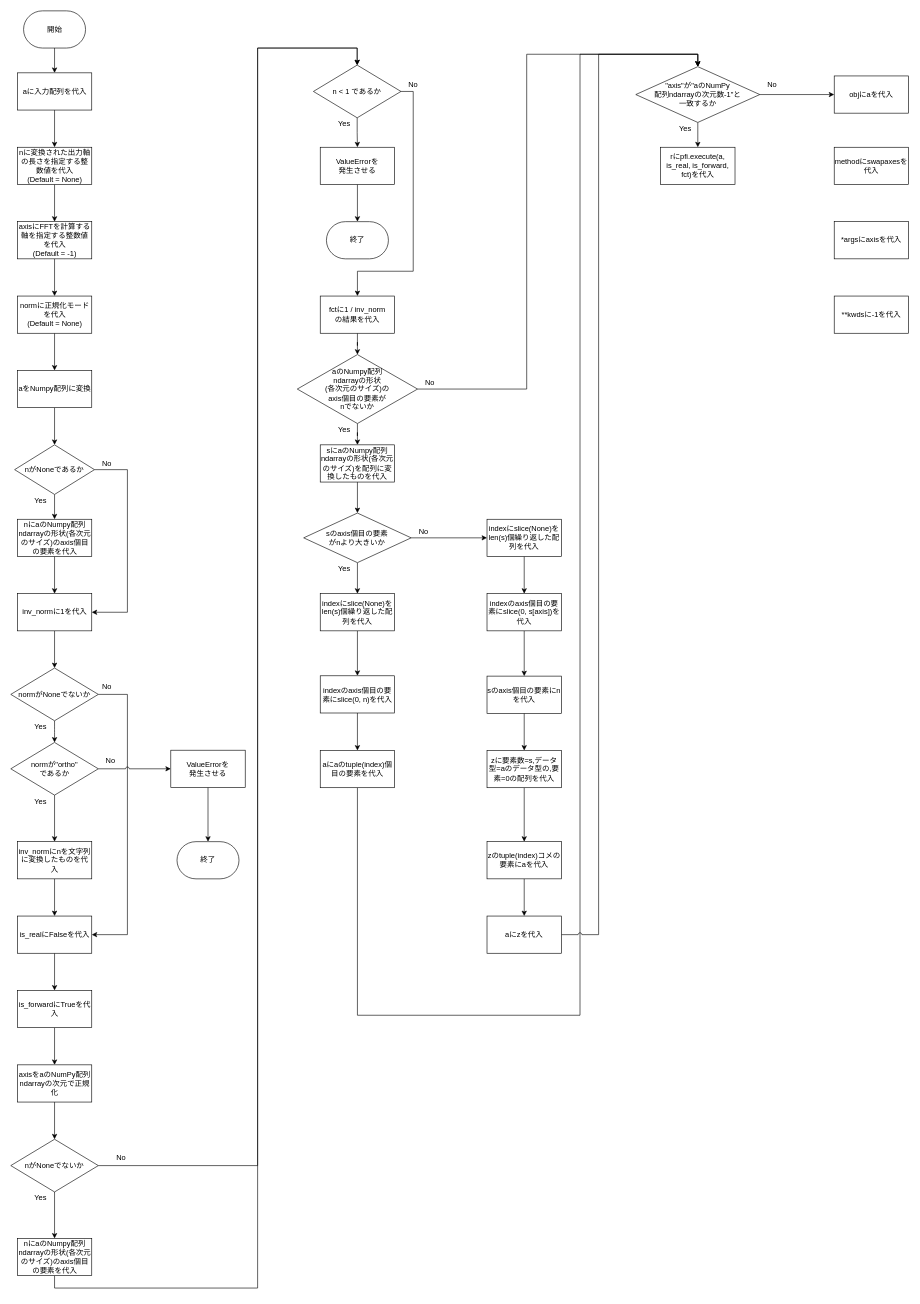
This is numpy_fft.drawio from mochihisa/themed_research, a draw.io file, before an edit. Source tidied: cells renumbered, new cells numbered last; positions are measured from the earlier drawing's top-left corner, leaving out a move shared by most shapes. Both pictures are drawn from the tidied source at 62%, with x=0, y=0 at pixel (11, 11).
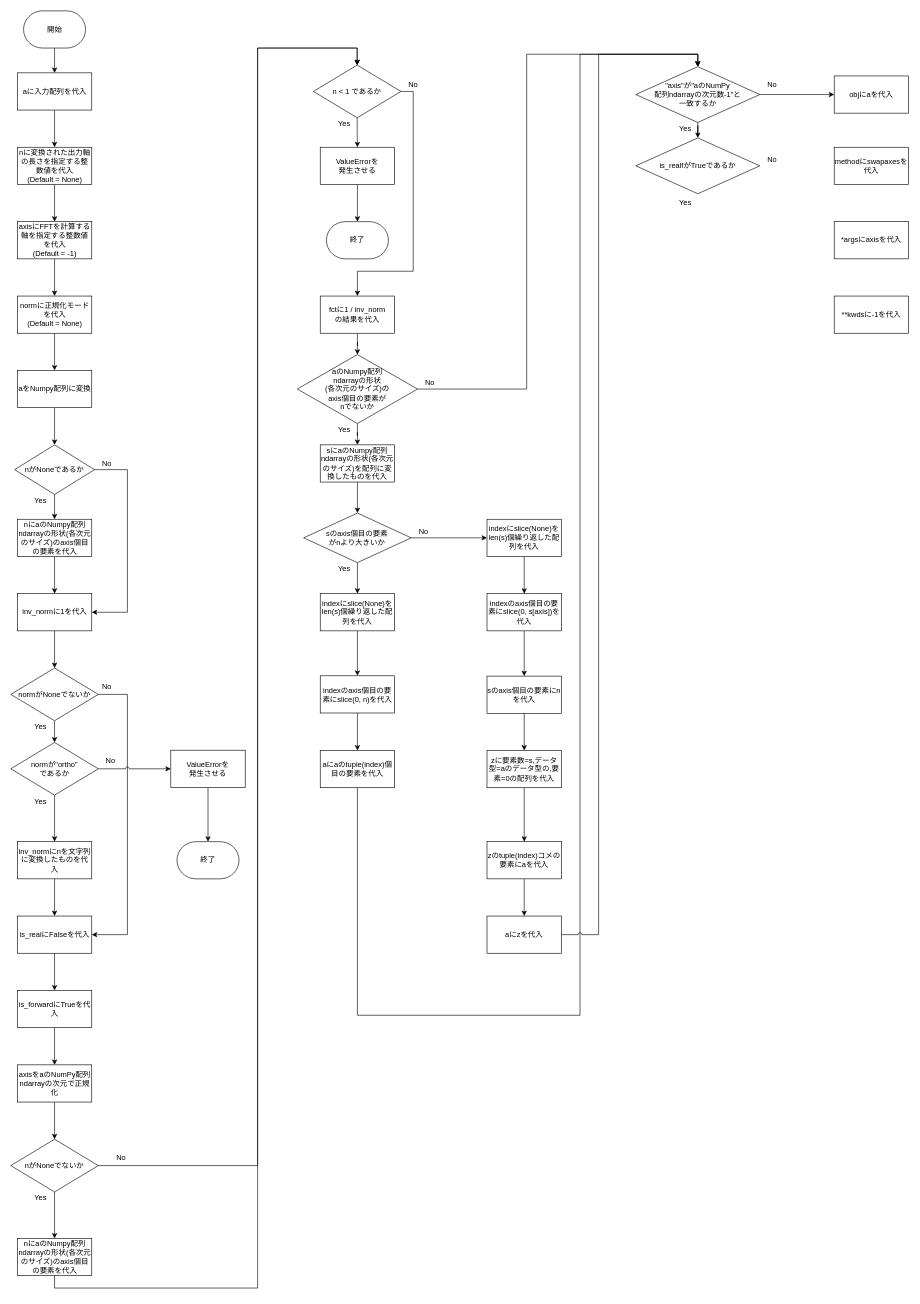
Above is the later version.

Commit message (it also covers changes not shown here):
numpy_fft.drawio を更新します

The change refers to these unchanged cells:
```xml
<mxCell id="93" value="&quot;axis&quot;が&quot;aのNumPy&lt;br&gt;配列ndarrayの次元数-1&quot;と&lt;br&gt;一致するか" style="strokeWidth=1;html=1;shape=mxgraph.flowchart.decision;whiteSpace=wrap;align=center;fontSize=12;" parent="1" vertex="1">
  <mxGeometry x="1008" y="90" width="200" height="90" as="geometry" />
</mxCell>
```

The edit, as a diff of the source:
```diff
@@
-    <mxCell id="91" style="edgeStyle=orthogonalEdgeStyle;rounded=0;jumpStyle=arc;jettySize=auto;html=1;entryX=0.5;entryY=0;entryDx=0;entryDy=0;" parent="1" edge="1" source="93" target="96">
-      <mxGeometry relative="1" as="geometry" />
-    </mxCell>
@@
+    <mxCell id="101" style="edgeStyle=orthogonalEdgeStyle;rounded=0;jumpStyle=arc;jettySize=auto;html=1;" parent="1" edge="1" source="93" target="102">
+      <mxGeometry relative="1" as="geometry" />
+    </mxCell>
@@
-    <mxCell id="96" value="rにpfi.execute(a, is_real, is_forward, fct)を代入" style="rounded=0;whiteSpace=wrap;html=1;" parent="1" vertex="1">
-      <mxGeometry x="1048" y="220" width="120" height="60" as="geometry" />
-    </mxCell>
@@
+    <mxCell id="102" value="is_realfがTrueであるか" style="strokeWidth=1;html=1;shape=mxgraph.flowchart.decision;whiteSpace=wrap;align=center;fontSize=12;" parent="1" vertex="1">
+      <mxGeometry x="1008" y="205" width="200" height="90" as="geometry" />
+    </mxCell>
+    <mxCell id="103" value="Yes" style="text;html=1;strokeColor=none;fillColor=none;align=center;verticalAlign=middle;whiteSpace=wrap;rounded=0;strokeWidth=1;" parent="1" vertex="1">
+      <mxGeometry x="1068" y="300" width="40" height="20" as="geometry" />
+    </mxCell>
+    <mxCell id="104" value="No" style="text;html=1;strokeColor=none;fillColor=none;align=center;verticalAlign=middle;whiteSpace=wrap;rounded=0;strokeWidth=1;" parent="1" vertex="1">
+      <mxGeometry x="1208" y="230" width="40" height="20" as="geometry" />
+    </mxCell>
```
